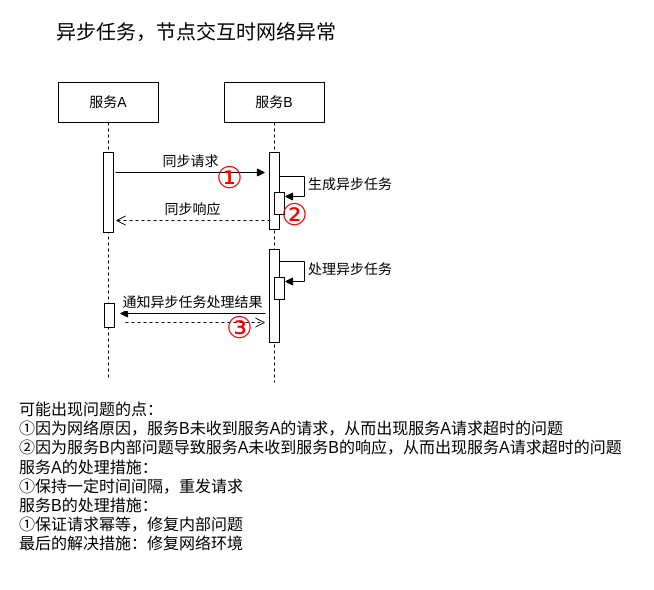
The draw.io diagram page "sequence-error-response-Common" (3 of 5) of BAS/BAS-Henan.drawio in waterwatermelon/graph, before the edit. Source tidied: cells renumbered, new cells numbered last; positions are measured from the earlier drawing's top-left corner, leaving out a move shared by most shapes. Both pictures are drawn from the tidied source at 100%, with x=0, y=0 at pixel (17, 17).
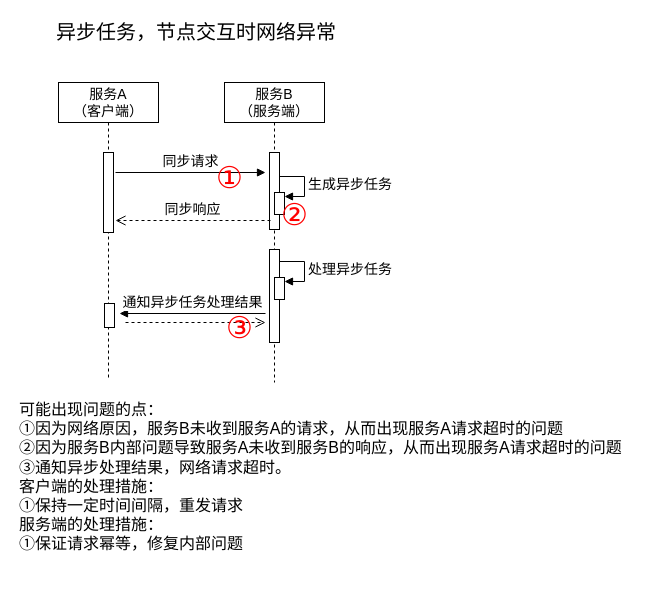
The same diagram, later.

Change to the diagram source:
```diff
@@
-    <mxCell id="2" value="服务A" style="shape=umlLifeline;perimeter=lifelinePerimeter;whiteSpace=wrap;html=1;fontSize=14;" parent="1" vertex="1">
+    <mxCell id="2" value="服务A&lt;br&gt;（客户端）" style="shape=umlLifeline;perimeter=lifelinePerimeter;whiteSpace=wrap;html=1;fontSize=14;" parent="1" vertex="1">
       <mxGeometry x="41" y="65" width="100" height="295" as="geometry" />
     </mxCell>
@@
-    <mxCell id="4" value="服务B" style="shape=umlLifeline;perimeter=lifelinePerimeter;whiteSpace=wrap;html=1;fontSize=14;" parent="1" vertex="1">
+    <mxCell id="4" value="服务B&lt;br&gt;（服务端）" style="shape=umlLifeline;perimeter=lifelinePerimeter;whiteSpace=wrap;html=1;fontSize=14;" parent="1" vertex="1">
       <mxGeometry x="207" y="65" width="100" height="300" as="geometry" />
     </mxCell>
@@
-    <mxCell id="20" value="&lt;span style=&quot;font-size: 16px&quot;&gt;可能出现问题的点：&lt;br&gt;①因为网络原因，服务B未收到服务A的请求，从而出现服务A请求超时的问题&lt;br&gt;②因为服务B内部问题导致服务A未收到服务B的响应，&lt;/span&gt;&lt;span style=&quot;font-size: 16px&quot;&gt;从而出现服务A请求超时的问题&lt;br&gt;&lt;/span&gt;&lt;span style=&quot;font-size: 16px&quot;&gt;服务A的处理措施：&lt;br&gt;①保持一定时间间隔，重发请求&lt;br&gt;服务B的处理措施：&lt;br&gt;①保证请求幂等，修复内部问题&lt;br&gt;最后的解决措施：修复网络环境&lt;br&gt;&lt;br&gt;&lt;/span&gt;" style="text;html=1;align=left;verticalAlign=top;spacingTop=-4;" parent="1" vertex="1">
+    <mxCell id="20" value="&lt;font style=&quot;font-size: 16px&quot;&gt;可能出现问题的点：&lt;br&gt;①因为网络原因，服务B未收到服务A的请求，从而出现服务A请求超时的问题&lt;br&gt;②因为服务B内部问题导致服务A未收到服务B的响应，从而出现服务A请求超时的问题&lt;br&gt;③通知异步处理结果，网络请求超时。&lt;br&gt;客户端的处理措施：&lt;br&gt;①保持一定时间间隔，重发请求&lt;br&gt;服务端的处理措施：&lt;br&gt;①保证请求幂等，修复内部问题&lt;br&gt;&lt;br&gt;&lt;/font&gt;" style="text;html=1;align=left;verticalAlign=top;spacingTop=-4;" parent="1" vertex="1">
       <mxGeometry y="380" width="620" height="140" as="geometry" />
     </mxCell>
```
